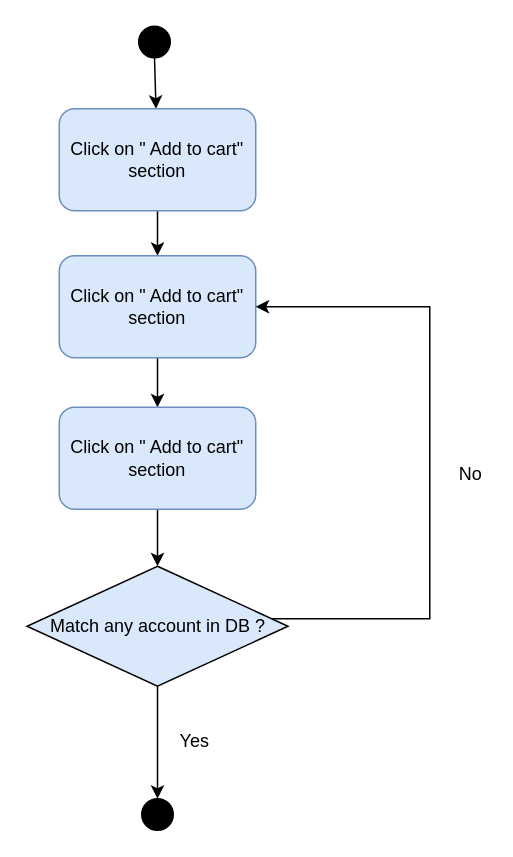
Above: Diagram & Material/Diagram/Activity Diagram/Untitled Diagram.drawio in hakunhan/HANU_minimart (draw.io), before the change. Source tidied: cells renumbered, new cells numbered last; positions are measured from the earlier drawing's top-left corner, leaving out a move shared by most shapes. Both pictures are drawn from the tidied source at 150%, with x=0, y=0 at pixel (27, 26).
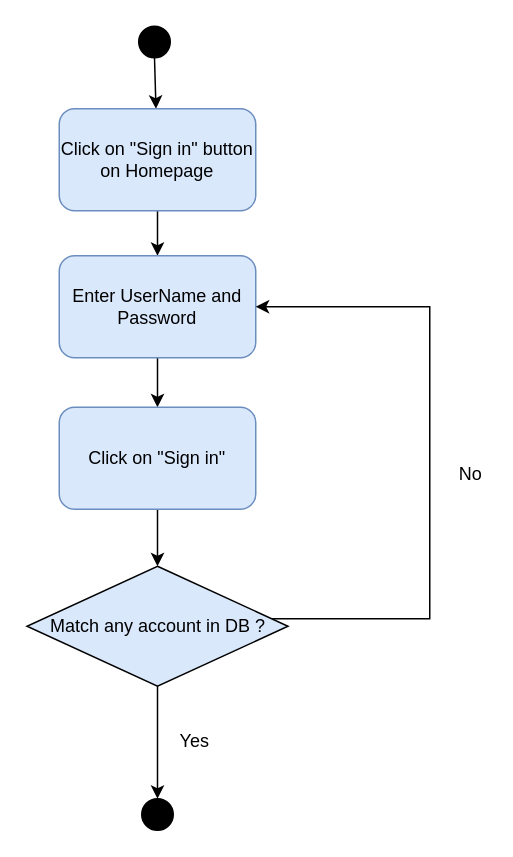
Above is the later version.

Commit message:
Update Login_ActivityDiagramdrawio

What changed in the source:
```diff
@@
 <mxGraphModel>
   <root>
     <mxCell id="0" />
     <mxCell id="1" parent="0" />
     <mxCell id="2" style="ellipse;whiteSpace=wrap;html=1;fillColor=#000000;" parent="1" vertex="1">
       <mxGeometry x="74" width="21" height="21" as="geometry" />
     </mxCell>
     <mxCell id="3" style="endArrow=classic;html=1;exitX=0.5;exitY=1;exitDx=0;exitDy=0;" parent="1" edge="1" source="2" target="5">
       <mxGeometry relative="1" as="geometry" />
     </mxCell>
     <mxCell id="4" style="edgeStyle=orthogonalEdgeStyle;rounded=0;jettySize=auto;html=1;" parent="1" edge="1" source="5" target="8">
       <mxGeometry relative="1" as="geometry" />
     </mxCell>
-    <mxCell id="5" value="Click on &quot; Add to cart&quot; section" style="rounded=1;whiteSpace=wrap;html=1;fillColor=#dae8fc;strokeColor=#6c8ebf;" parent="1" vertex="1">
+    <mxCell id="5" value="Click on &quot;Sign in&quot; button&lt;br&gt;on Homepage" style="rounded=1;whiteSpace=wrap;html=1;fillColor=#dae8fc;strokeColor=#6c8ebf;" parent="1" vertex="1">
       <mxGeometry x="21" y="55" width="131" height="68" as="geometry" />
     </mxCell>
     <mxCell id="6" style="ellipse;whiteSpace=wrap;html=1;fillColor=#000000;" parent="1" vertex="1">
       <mxGeometry x="76" y="515" width="21" height="21" as="geometry" />
     </mxCell>
     <mxCell id="7" style="edgeStyle=orthogonalEdgeStyle;rounded=0;jettySize=auto;html=1;" parent="1" edge="1" source="8" target="10">
       <mxGeometry relative="1" as="geometry" />
     </mxCell>
-    <mxCell id="8" value="Click on &quot; Add to cart&quot; section" style="rounded=1;whiteSpace=wrap;html=1;fillColor=#dae8fc;strokeColor=#6c8ebf;" parent="1" vertex="1">
+    <mxCell id="8" value="Enter UserName and Password" style="rounded=1;whiteSpace=wrap;html=1;fillColor=#dae8fc;strokeColor=#6c8ebf;" parent="1" vertex="1">
       <mxGeometry x="21" y="153" width="131" height="68" as="geometry" />
     </mxCell>
     <mxCell id="9" style="edgeStyle=orthogonalEdgeStyle;rounded=0;jettySize=auto;html=1;" parent="1" edge="1" source="10" target="13">
       <mxGeometry relative="1" as="geometry" />
     </mxCell>
-    <mxCell id="10" value="Click on &quot; Add to cart&quot; section" style="rounded=1;whiteSpace=wrap;html=1;fillColor=#dae8fc;strokeColor=#6c8ebf;" parent="1" vertex="1">
+    <mxCell id="10" value="Click on &quot;Sign in&quot;" style="rounded=1;whiteSpace=wrap;html=1;fillColor=#dae8fc;strokeColor=#6c8ebf;" parent="1" vertex="1">
       <mxGeometry x="21" y="254" width="131" height="68" as="geometry" />
     </mxCell>
     <mxCell id="11" style="edgeStyle=orthogonalEdgeStyle;rounded=0;jettySize=auto;html=1;entryX=1;entryY=0.5;entryDx=0;entryDy=0;" parent="1" edge="1" source="13" target="8">
       <mxGeometry relative="1" as="geometry">
         <Array as="points">
           <mxPoint x="268" y="395" />
           <mxPoint x="268" y="187" />
         </Array>
       </mxGeometry>
     </mxCell>
     <mxCell id="12" style="edgeStyle=orthogonalEdgeStyle;rounded=0;jettySize=auto;html=1;entryX=0.5;entryY=0;entryDx=0;entryDy=0;" parent="1" edge="1" source="13" target="6">
       <mxGeometry relative="1" as="geometry" />
     </mxCell>
     <mxCell id="13" value="Match any account in DB ?" style="rhombus;whiteSpace=wrap;html=1;fillColor=#DAE8FC;" parent="1" vertex="1">
       <mxGeometry x="-0.5" y="360" width="174" height="80" as="geometry" />
     </mxCell>
     <mxCell id="14" value="No" style="text;html=1;align=center;verticalAlign=middle;" parent="1" vertex="1">
       <mxGeometry x="282" y="290" width="25" height="18" as="geometry" />
     </mxCell>
     <mxCell id="15" value="Yes" style="text;html=1;align=center;verticalAlign=middle;" parent="1" vertex="1">
       <mxGeometry x="96" y="468" width="30" height="18" as="geometry" />
     </mxCell>
   </root>
 </mxGraphModel>
```
